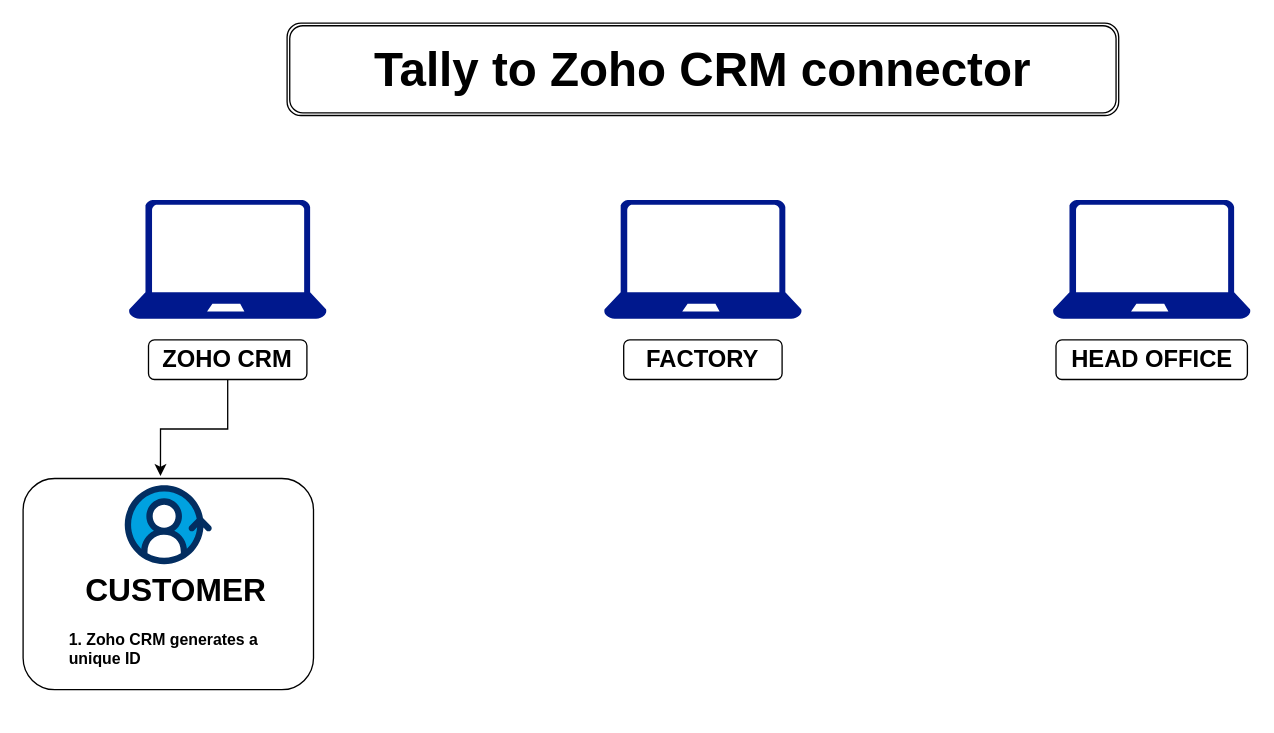
Before: How tally to crm Data gone.drawio in hashib786/chakra-ui, a draw.io diagram. Source tidied: cells renumbered, new cells numbered last; positions are measured from the earlier drawing's top-left corner, leaving out a move shared by most shapes. Both pictures are drawn from the tidied source at 132%, with x=0, y=0 at pixel (22, 22).
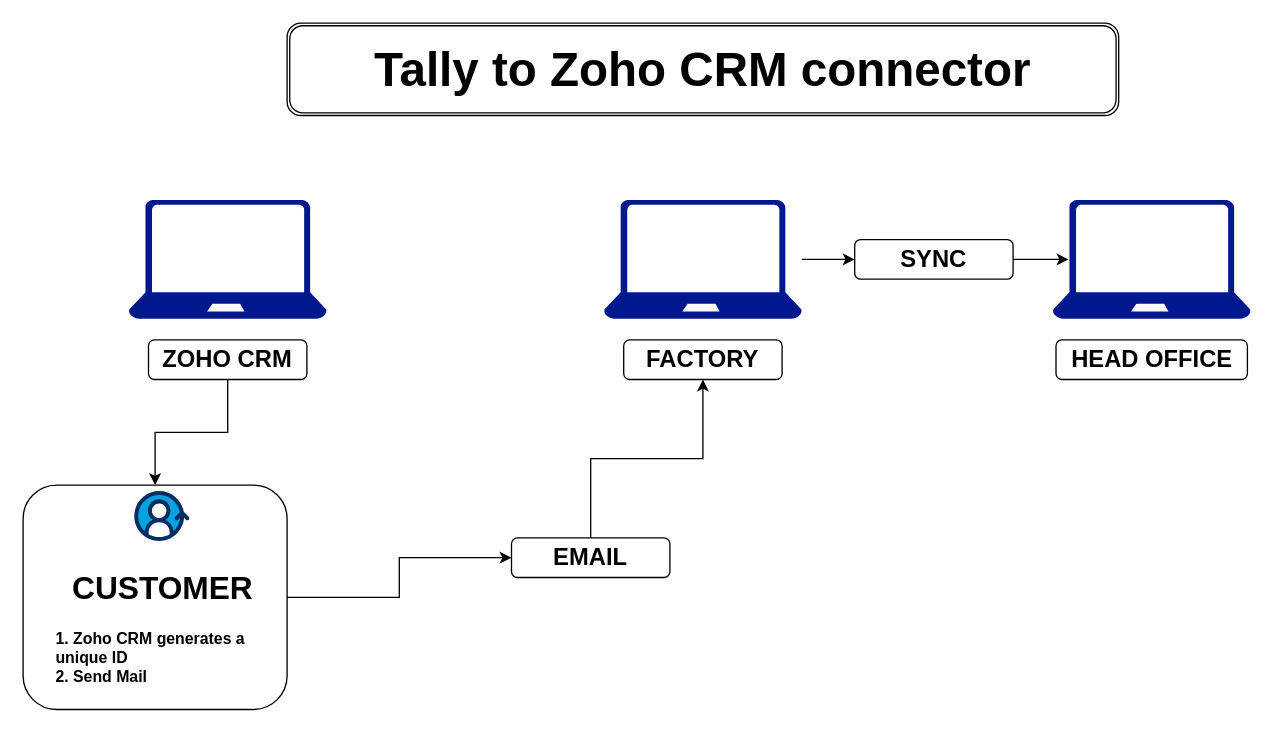
After the change.

Unchanged cells that the change refers to:
```xml
<mxCell id="3" style="sketch=0;shadow=0;dashed=0;html=1;strokeColor=none;labelPosition=center;verticalLabelPosition=bottom;verticalAlign=top;align=center;fillColor=#00188D;shape=mxgraph.azure.laptop;" parent="1" vertex="1">
  <mxGeometry x="440" y="134" width="150" height="90" as="geometry" />
</mxCell>
<mxCell id="4" style="sketch=0;shadow=0;dashed=0;html=1;strokeColor=none;labelPosition=center;verticalLabelPosition=bottom;verticalAlign=top;align=center;fillColor=#00188D;shape=mxgraph.azure.laptop;" parent="1" vertex="1">
  <mxGeometry x="780" y="134" width="150" height="90" as="geometry" />
</mxCell>
<mxCell id="6" value="&lt;b&gt;&lt;font style=&quot;font-size: 18px;&quot;&gt;ZOHO CRM&lt;/font&gt;&lt;/b&gt;" style="rounded=1;whiteSpace=wrap;html=1;" parent="1" vertex="1">
  <mxGeometry x="95" y="240" width="120" height="30" as="geometry" />
</mxCell>
<mxCell id="7" value="&lt;span style=&quot;font-size: 18px;&quot;&gt;&lt;b&gt;FACTORY&lt;/b&gt;&lt;/span&gt;" style="rounded=1;whiteSpace=wrap;html=1;" parent="1" vertex="1">
  <mxGeometry x="455" y="240" width="120" height="30" as="geometry" />
</mxCell>
```

Diff of the diagram source:
```diff
@@
+    <mxCell id="15" style="edgeStyle=orthogonalEdgeStyle;rounded=0;jettySize=auto;html=1;entryX=0;entryY=0.5;entryDx=0;entryDy=0;" parent="1" edge="1" source="3" target="20">
+      <mxGeometry relative="1" as="geometry" />
+    </mxCell>
@@
+    <mxCell id="14" style="edgeStyle=orthogonalEdgeStyle;rounded=0;jettySize=auto;html=1;entryX=0.5;entryY=0;entryDx=0;entryDy=0;" parent="1" edge="1" source="6" target="10">
+      <mxGeometry relative="1" as="geometry" />
+    </mxCell>
@@
     <mxCell id="9" style="group;" parent="1" vertex="1">
-      <mxGeometry y="345" width="220" height="160" as="geometry" />
+      <mxGeometry y="345" width="230" height="170" as="geometry" />
     </mxCell>
+    <mxCell id="16" style="group;" parent="9" vertex="1">
+      <mxGeometry y="5" width="200" height="170" as="geometry" />
+    </mxCell>
-    <mxCell id="10" style="rounded=1;whiteSpace=wrap;html=1;" parent="9" vertex="1">
-      <mxGeometry width="220" height="160" as="geometry" />
+    <mxCell id="10" style="rounded=1;whiteSpace=wrap;html=1;" parent="16" vertex="1">
+      <mxGeometry width="200" height="170" as="geometry" />
     </mxCell>
-    <mxCell id="11" style="group;" parent="9" vertex="1">
-      <mxGeometry x="30" y="5" width="170" height="150" as="geometry" />
-    </mxCell>
+    <mxCell id="13" value="&lt;h1 style=&quot;text-align: center;&quot;&gt;CUSTOMER&lt;/h1&gt;&lt;p&gt;&lt;/p&gt;&lt;b&gt;1. Zoho CRM generates a unique ID&lt;br&gt;2. Send Mail&lt;br&gt;&lt;/b&gt;" style="text;html=1;strokeColor=none;fillColor=none;spacing=5;spacingTop=-20;whiteSpace=wrap;overflow=hidden;rounded=0;" parent="16" vertex="1">
+      <mxGeometry x="20" y="58.9" width="170" height="105.6" as="geometry" />
+    </mxCell>
-    <mxCell id="12" style="verticalLabelPosition=bottom;html=1;shape=mxgraph.salesforce.customer_360;" parent="11" vertex="1">
-      <mxGeometry x="47" width="65.9" height="60" as="geometry" />
+    <mxCell id="12" style="verticalLabelPosition=bottom;html=1;shape=mxgraph.salesforce.customer_360;" parent="16" vertex="1">
+      <mxGeometry x="84.2" y="4.5" width="41.7" height="37.9" as="geometry" />
     </mxCell>
-    <mxCell id="13" value="&lt;h1 style=&quot;text-align: center;&quot;&gt;CUSTOMER&lt;/h1&gt;&lt;p&gt;&lt;/p&gt;&lt;b&gt;1. Zoho CRM generates a unique ID&lt;/b&gt;" style="text;html=1;strokeColor=none;fillColor=none;spacing=5;spacingTop=-20;whiteSpace=wrap;overflow=hidden;rounded=0;" parent="11" vertex="1">
-      <mxGeometry y="60" width="170" height="90" as="geometry" />
-    </mxCell>
-    <mxCell id="14" style="edgeStyle=orthogonalEdgeStyle;rounded=0;jettySize=auto;html=1;entryX=0.473;entryY=-0.012;entryDx=0;entryDy=0;entryPerimeter=0;" parent="1" edge="1" source="6" target="10">
-      <mxGeometry relative="1" as="geometry" />
-    </mxCell>
+    <mxCell id="17" style="edgeStyle=orthogonalEdgeStyle;rounded=0;jettySize=auto;html=1;entryX=0.5;entryY=1;entryDx=0;entryDy=0;" parent="1" edge="1" source="18" target="7">
+      <mxGeometry relative="1" as="geometry" />
+    </mxCell>
+    <mxCell id="18" value="&lt;span style=&quot;font-size: 18px;&quot;&gt;&lt;b&gt;EMAIL&lt;/b&gt;&lt;/span&gt;" style="rounded=1;whiteSpace=wrap;html=1;" parent="1" vertex="1">
+      <mxGeometry x="370" y="390" width="120" height="30" as="geometry" />
+    </mxCell>
+    <mxCell id="19" style="edgeStyle=orthogonalEdgeStyle;rounded=0;jettySize=auto;html=1;entryX=0;entryY=0.5;entryDx=0;entryDy=0;" parent="1" edge="1" source="10" target="18">
+      <mxGeometry relative="1" as="geometry" />
+    </mxCell>
+    <mxCell id="20" value="&lt;span style=&quot;font-size: 18px;&quot;&gt;&lt;b&gt;SYNC&lt;/b&gt;&lt;/span&gt;" style="rounded=1;whiteSpace=wrap;html=1;" parent="1" vertex="1">
+      <mxGeometry x="630" y="164" width="120" height="30" as="geometry" />
+    </mxCell>
+    <mxCell id="21" style="edgeStyle=orthogonalEdgeStyle;rounded=0;jettySize=auto;html=1;entryX=0.08;entryY=0.5;entryDx=0;entryDy=0;entryPerimeter=0;" parent="1" edge="1" source="20" target="4">
+      <mxGeometry relative="1" as="geometry" />
+    </mxCell>
```
